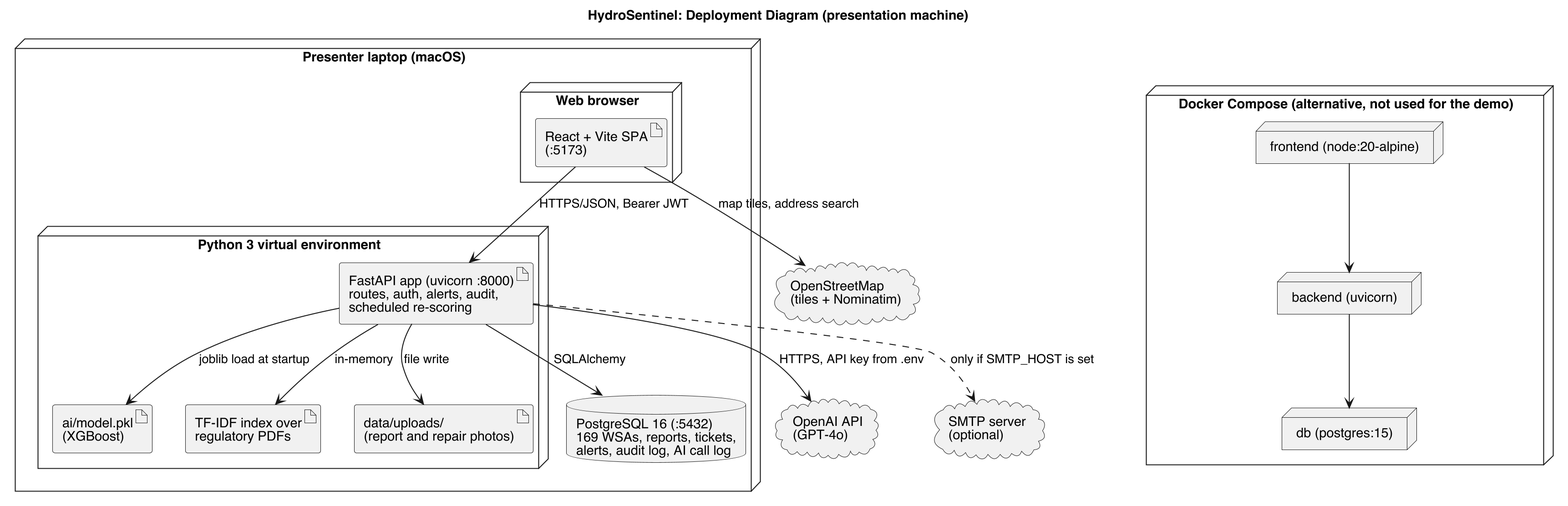
Above: docs/a5/uml/ISJ107V_A5_Q3.4b_Deployment.png in Malodeity/hydrosentinel (PlantUML), before the change.
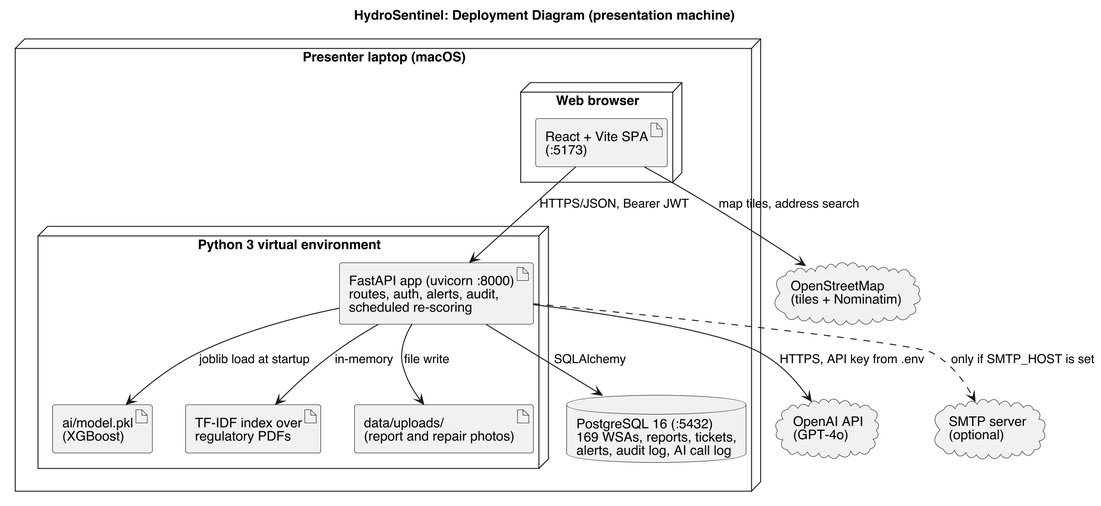
The same diagram one commit later.

What changed in the source:
```diff
@@ -16,11 +16,6 @@
   }
   database "PostgreSQL 16 (:5432)\n169 WSAs, reports, tickets,\nalerts, audit log, AI call log" as DB
 }
-node "Docker Compose (alternative, not used for the demo)" {
-  node "db (postgres:15)" as CDB
-  node "backend (uvicorn)" as CAPI
-  node "frontend (node:20-alpine)" as CFE
-}
 cloud "OpenAI API\n(GPT-4o)" as OAI
 cloud "OpenStreetMap\n(tiles + Nominatim)" as OSM
 cloud "SMTP server\n(optional)" as SMTP
@@ -33,6 +28,4 @@
 API --> OAI : HTTPS, API key from .env
 API ..> SMTP : only if SMTP_HOST is set
 SPA --> OSM : map tiles, address search
-CFE --> CAPI
-CAPI --> CDB
 @enduml
```
